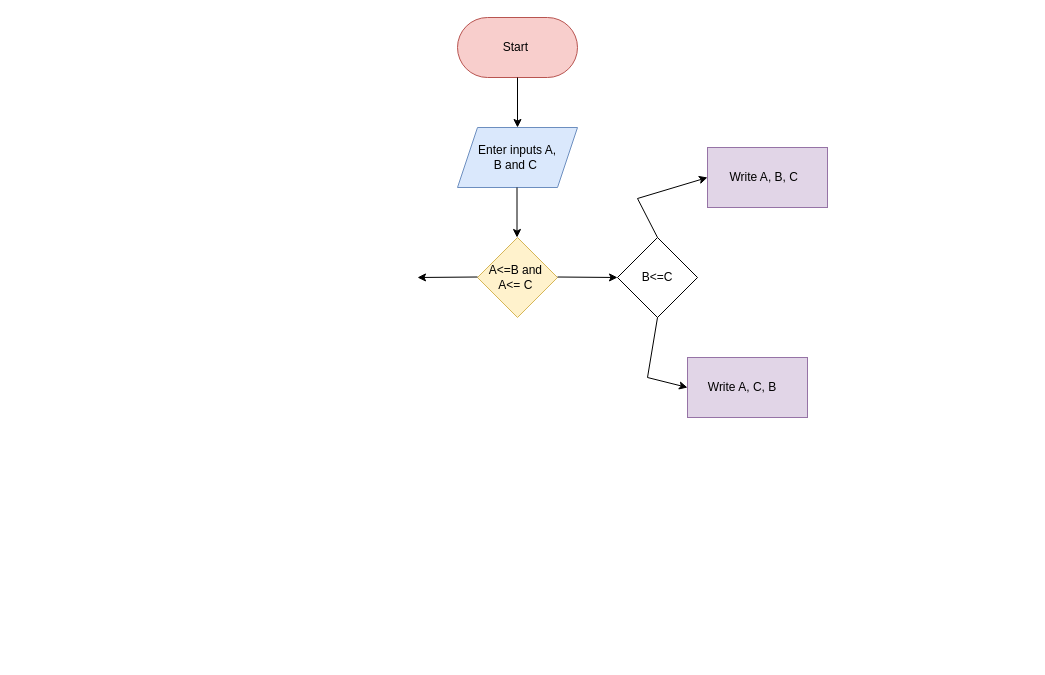
The draw.io diagram Diagramme sans nom.drawio in mayonorris/Final-Project, before the edit. Source tidied: cells renumbered, new cells numbered last; positions are measured from the earlier drawing's top-left corner, leaving out a move shared by most shapes. Both pictures are drawn from the tidied source at 100%, with x=0, y=0 at pixel (417, 17).
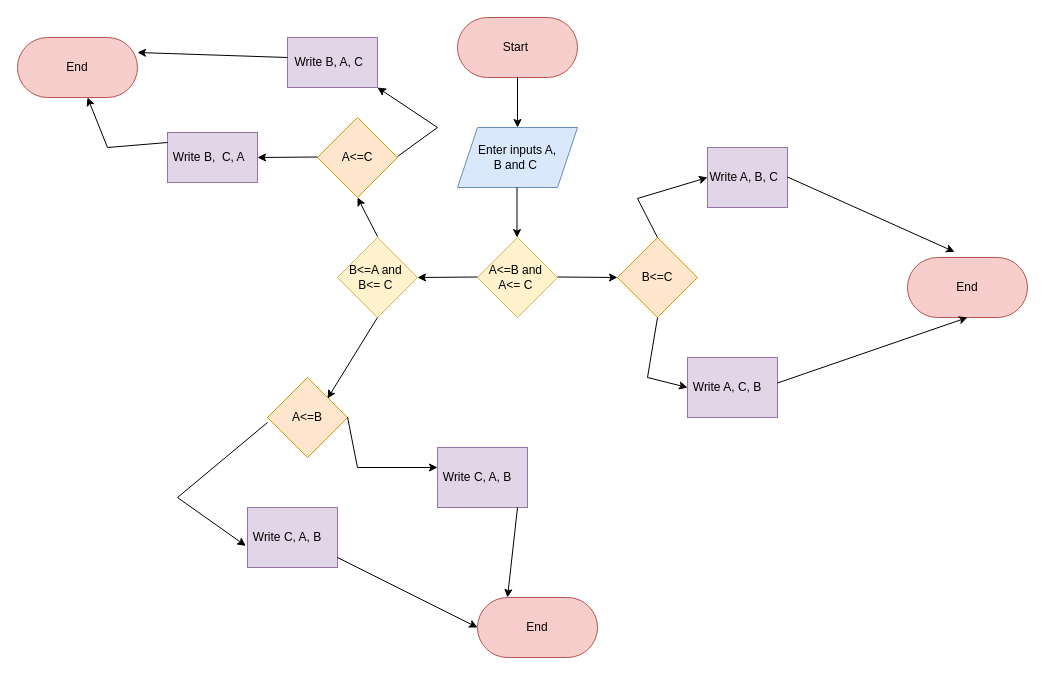
Above is the later version.

Commit message (it also covers changes not shown here):
Mettre à jour Diagramme sans nom.drawio

Diff of the diagram source:
```diff
@@
     <mxCell id="9" value="Write A, B, C&amp;nbsp;&amp;nbsp;" style="rounded=0;whiteSpace=wrap;html=1;fillColor=#e1d5e7;strokeColor=#9673a6;" parent="1" vertex="1">
-      <mxGeometry x="290" y="130" width="120" height="60" as="geometry" />
+      <mxGeometry x="290" y="130" width="80" height="60" as="geometry" />
     </mxCell>
-    <mxCell id="10" value="B&amp;lt;=C" style="rhombus;whiteSpace=wrap;html=1;" parent="1" vertex="1">
+    <mxCell id="10" value="B&amp;lt;=C" style="rhombus;whiteSpace=wrap;html=1;fillColor=#ffe6cc;strokeColor=#d79b00;" parent="1" vertex="1">
       <mxGeometry x="200" y="220" width="80" height="80" as="geometry" />
     </mxCell>
@@
     <mxCell id="13" value="Write A, C, B&amp;nbsp; &amp;nbsp;" style="rounded=0;whiteSpace=wrap;html=1;fillColor=#e1d5e7;strokeColor=#9673a6;" parent="1" vertex="1">
-      <mxGeometry x="270" y="340" width="120" height="60" as="geometry" />
+      <mxGeometry x="270" y="340" width="90" height="60" as="geometry" />
     </mxCell>
+    <mxCell id="14" value="B&amp;lt;=A and&amp;nbsp;&lt;br&gt;B&amp;lt;= C&amp;nbsp;" style="rhombus;whiteSpace=wrap;html=1;fillColor=#fff2cc;strokeColor=#d6b656;" parent="1" vertex="1">
+      <mxGeometry x="-80" y="220" width="80" height="80" as="geometry" />
+    </mxCell>
+    <mxCell id="15" style="endArrow=classic;html=1;rounded=0;" parent="1" edge="1">
+      <mxGeometry relative="1" as="geometry">
+        <mxPoint x="-40" y="219" as="sourcePoint" />
+        <mxPoint x="-60" y="180" as="targetPoint" />
+      </mxGeometry>
+    </mxCell>
+    <mxCell id="16" value="A&amp;lt;=C" style="rhombus;whiteSpace=wrap;html=1;fillColor=#ffe6cc;strokeColor=#d79b00;" parent="1" vertex="1">
+      <mxGeometry x="-100" y="100" width="80" height="80" as="geometry" />
+    </mxCell>
+    <mxCell id="17" value="Write B, A, C&amp;nbsp;&amp;nbsp;" style="rounded=0;whiteSpace=wrap;html=1;fillColor=#e1d5e7;strokeColor=#9673a6;" parent="1" vertex="1">
+      <mxGeometry x="-130" y="20" width="90" height="50" as="geometry" />
+    </mxCell>
+    <mxCell id="18" style="endArrow=classic;html=1;rounded=0;" parent="1" edge="1">
+      <mxGeometry relative="1" as="geometry">
+        <mxPoint x="-20" y="139" as="sourcePoint" />
+        <mxPoint x="-40" y="70" as="targetPoint" />
+        <Array as="points">
+          <mxPoint x="20" y="110" />
+        </Array>
+      </mxGeometry>
+    </mxCell>
+    <mxCell id="19" value="Write B,&amp;nbsp; C, A&amp;nbsp;&amp;nbsp;" style="rounded=0;whiteSpace=wrap;html=1;fillColor=#e1d5e7;strokeColor=#9673a6;" parent="1" vertex="1">
+      <mxGeometry x="-250" y="115" width="90" height="50" as="geometry" />
+    </mxCell>
+    <mxCell id="20" style="endArrow=classic;html=1;rounded=0;" parent="1" edge="1">
+      <mxGeometry relative="1" as="geometry">
+        <mxPoint x="-100" y="139.5" as="sourcePoint" />
+        <mxPoint x="-160" y="140" as="targetPoint" />
+      </mxGeometry>
+    </mxCell>
+    <mxCell id="21" value="End" style="rounded=1;whiteSpace=wrap;html=1;arcSize=50;fillColor=#f8cecc;strokeColor=#b85450;" parent="1" vertex="1">
+      <mxGeometry x="-400" y="20" width="120" height="60" as="geometry" />
+    </mxCell>
+    <mxCell id="22" style="endArrow=classic;html=1;rounded=0;" parent="1" edge="1">
+      <mxGeometry relative="1" as="geometry">
+        <mxPoint x="-250" y="125" as="sourcePoint" />
+        <mxPoint x="-330" y="80" as="targetPoint" />
+        <Array as="points">
+          <mxPoint x="-310" y="130" />
+        </Array>
+      </mxGeometry>
+    </mxCell>
+    <mxCell id="23" style="endArrow=classic;html=1;rounded=0;entryX=1;entryY=0.25;entryDx=0;entryDy=0;" parent="1" edge="1" target="21">
+      <mxGeometry relative="1" as="geometry">
+        <mxPoint x="-130" y="40" as="sourcePoint" />
+      </mxGeometry>
+    </mxCell>
+    <mxCell id="24" style="endArrow=classic;html=1;rounded=0;" parent="1" edge="1">
+      <mxGeometry relative="1" as="geometry">
+        <mxPoint x="-40" y="300" as="sourcePoint" />
+        <mxPoint x="-90" y="381" as="targetPoint" />
+      </mxGeometry>
+    </mxCell>
+    <mxCell id="25" value="A&amp;lt;=B" style="rhombus;whiteSpace=wrap;html=1;fillColor=#ffe6cc;strokeColor=#d79b00;" parent="1" vertex="1">
+      <mxGeometry x="-150" y="360" width="80" height="80" as="geometry" />
+    </mxCell>
+    <mxCell id="26" style="endArrow=classic;html=1;rounded=0;" parent="1" edge="1">
+      <mxGeometry relative="1" as="geometry">
+        <mxPoint x="-70" y="399.5" as="sourcePoint" />
+        <mxPoint x="20" y="450" as="targetPoint" />
+        <Array as="points">
+          <mxPoint x="-60" y="450" />
+        </Array>
+      </mxGeometry>
+    </mxCell>
+    <mxCell id="27" value="Write C, A, B&amp;nbsp; &amp;nbsp;" style="rounded=0;whiteSpace=wrap;html=1;fillColor=#e1d5e7;strokeColor=#9673a6;" parent="1" vertex="1">
+      <mxGeometry x="20" y="430" width="90" height="60" as="geometry" />
+    </mxCell>
+    <mxCell id="28" style="endArrow=classic;html=1;rounded=0;entryX=-0.019;entryY=0.639;entryDx=0;entryDy=0;entryPerimeter=0;" parent="1" edge="1" target="29">
+      <mxGeometry relative="1" as="geometry">
+        <mxPoint x="-150" y="405" as="sourcePoint" />
+        <Array as="points">
+          <mxPoint x="-240" y="480" />
+        </Array>
+      </mxGeometry>
+    </mxCell>
+    <mxCell id="29" value="Write C, A, B&amp;nbsp; &amp;nbsp;" style="rounded=0;whiteSpace=wrap;html=1;fillColor=#e1d5e7;strokeColor=#9673a6;" parent="1" vertex="1">
+      <mxGeometry x="-170" y="490" width="90" height="60" as="geometry" />
+    </mxCell>
+    <mxCell id="30" value="End" style="rounded=1;whiteSpace=wrap;html=1;arcSize=50;fillColor=#f8cecc;strokeColor=#b85450;" parent="1" vertex="1">
+      <mxGeometry x="60" y="580" width="120" height="60" as="geometry" />
+    </mxCell>
+    <mxCell id="31" style="endArrow=classic;html=1;rounded=0;entryX=0.25;entryY=0;entryDx=0;entryDy=0;" parent="1" edge="1" target="30">
+      <mxGeometry relative="1" as="geometry">
+        <mxPoint x="100" y="490" as="sourcePoint" />
+      </mxGeometry>
+    </mxCell>
+    <mxCell id="32" style="endArrow=classic;html=1;rounded=0;entryX=0;entryY=0.5;entryDx=0;entryDy=0;" parent="1" edge="1" target="30">
+      <mxGeometry relative="1" as="geometry">
+        <mxPoint x="-80" y="540" as="sourcePoint" />
+      </mxGeometry>
+    </mxCell>
+    <mxCell id="33" value="End" style="rounded=1;whiteSpace=wrap;html=1;arcSize=50;fillColor=#f8cecc;strokeColor=#b85450;" parent="1" vertex="1">
+      <mxGeometry x="490" y="240" width="120" height="60" as="geometry" />
+    </mxCell>
+    <mxCell id="34" style="endArrow=classic;html=1;rounded=0;entryX=0.392;entryY=-0.094;entryDx=0;entryDy=0;entryPerimeter=0;" parent="1" edge="1" target="33">
+      <mxGeometry relative="1" as="geometry">
+        <mxPoint x="370" y="159.5" as="sourcePoint" />
+      </mxGeometry>
+    </mxCell>
+    <mxCell id="35" style="endArrow=classic;html=1;rounded=0;entryX=0.5;entryY=1;entryDx=0;entryDy=0;" parent="1" edge="1" target="33">
+      <mxGeometry relative="1" as="geometry">
+        <mxPoint x="360" y="365.5" as="sourcePoint" />
+      </mxGeometry>
+    </mxCell>
```
